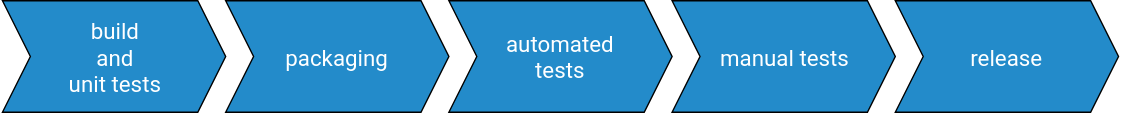
This is images/delivery-pipeline-overview.svg from puzzle/delivery-pipeline-concept, a draw.io export, as it was before one commit. Source tidied: cells renumbered, new cells last; positions are measured from the earlier drawing's top-left corner, leaving out a move shared by most shapes.
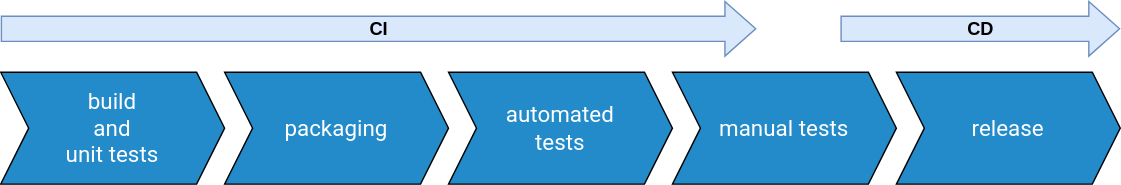
After the change.

What changed in the source:
```diff
@@ -17,5 +17,17 @@
     <mxCell id="6" value="&lt;span style=&quot;color: rgb(255 , 255 , 255) ; font-family: &amp;#34;roboto&amp;#34; ; font-size: 16px&quot;&gt;release&lt;/span&gt;&lt;span style=&quot;color: rgb(255 , 255 , 255) ; font-family: &amp;#34;roboto&amp;#34; ; font-size: 16px ; white-space: normal&quot;&gt;&lt;br&gt;&lt;/span&gt;" style="shape=step;perimeter=stepPerimeter;whiteSpace=wrap;html=1;fixedSize=1;fillColor=#238BCA;" parent="1" vertex="1">
       <mxGeometry x="640" width="160" height="80" as="geometry" />
     </mxCell>
+    <mxCell id="7" value="CI" style="shape=flexArrow;endArrow=classic;html=1;rounded=0;width=18;endSize=7;fontStyle=1;fontSize=13;fillColor=#dae8fc;strokeColor=#6c8ebf;labelBackgroundColor=none;" parent="1" edge="1">
+      <mxGeometry relative="1" as="geometry">
+        <mxPoint y="-31" as="sourcePoint" />
+        <mxPoint x="540" y="-31" as="targetPoint" />
+      </mxGeometry>
+    </mxCell>
+    <mxCell id="8" value="CD" style="shape=flexArrow;endArrow=classic;html=1;rounded=0;width=18;endSize=7;fontStyle=1;fontSize=13;fillColor=#dae8fc;strokeColor=#6c8ebf;labelBackgroundColor=none;" parent="1" edge="1">
+      <mxGeometry relative="1" as="geometry">
+        <mxPoint x="600" y="-31" as="sourcePoint" />
+        <mxPoint x="800" y="-31" as="targetPoint" />
+      </mxGeometry>
+    </mxCell>
   </root>
 </mxGraphModel>
```
